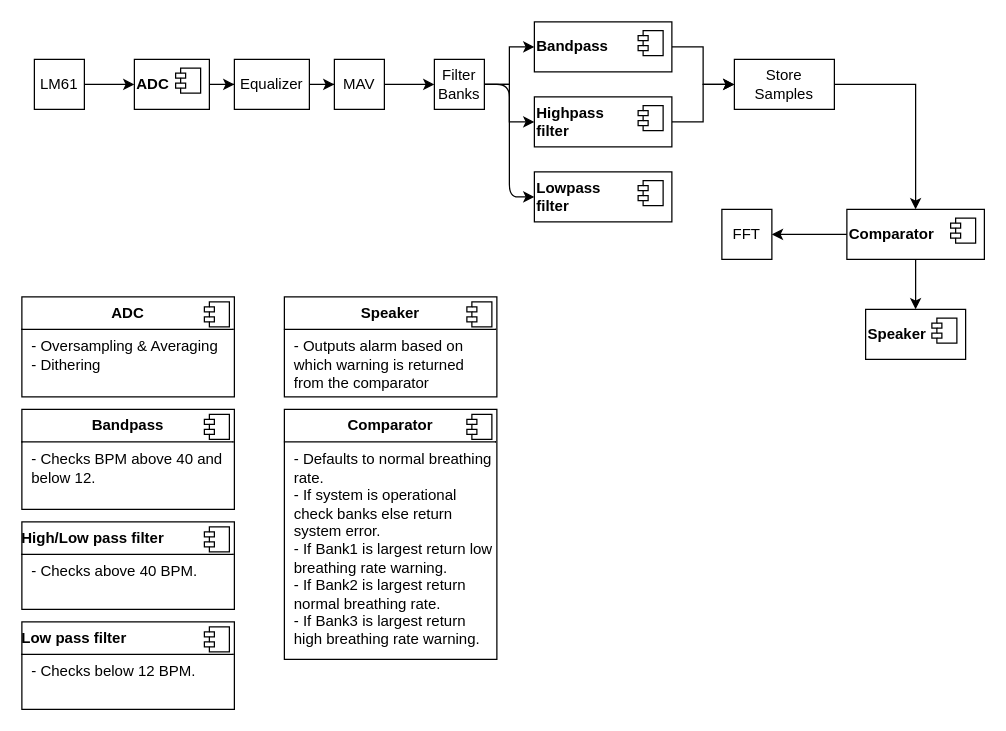
The draw.io diagram lab10 Breathing Rate Monitor/docs/BreathRateMonitorDiagram.drawio in DiegoLHendrix/DSP, before the edit. Source tidied: cells renumbered, new cells numbered last; positions are measured from the earlier drawing's top-left corner, leaving out a move shared by most shapes. Both pictures are drawn from the tidied source at 125%, with x=0, y=0 at pixel (21, 21).
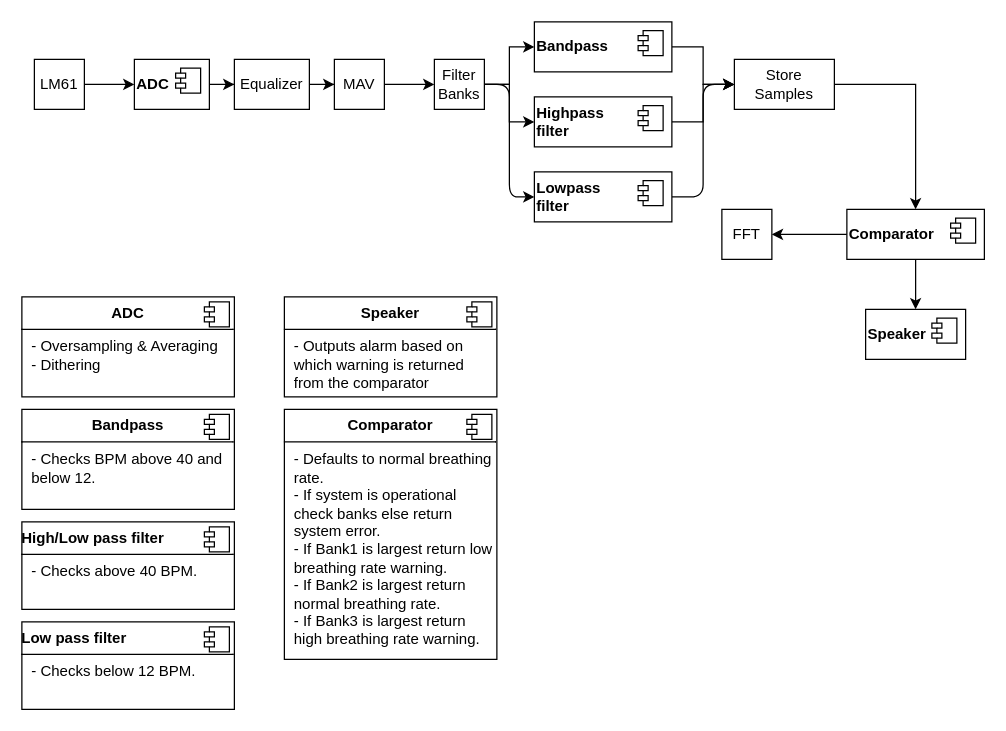
The same page after the edit.

Commit message:
Updated diagram again bc I was silly

The change refers to these unchanged cells:
```xml
<mxCell id="28" value="Store Samples" style="html=1;whiteSpace=wrap;" parent="1" vertex="1">
  <mxGeometry x="570" y="30" width="80" height="40" as="geometry" />
</mxCell>
<mxCell id="40" value="&lt;font&gt;&lt;b style=&quot;background-color: transparent;&quot;&gt;Low&lt;/b&gt;&lt;/font&gt;&lt;b style=&quot;background-color: transparent;&quot;&gt;pass&lt;/b&gt;&lt;div&gt;&lt;b style=&quot;background-color: transparent;&quot;&gt;filter&lt;/b&gt;&lt;/div&gt;" style="html=1;whiteSpace=wrap;align=left;" parent="1" vertex="1">
  <mxGeometry x="410" y="120" width="110" height="40" as="geometry" />
</mxCell>
```

What changed in the source:
```diff
@@
+    <mxCell id="44" style="edgeStyle=orthogonalEdgeStyle;html=1;entryX=0;entryY=0.5;entryDx=0;entryDy=0;" parent="1" edge="1" source="40" target="28">
+      <mxGeometry relative="1" as="geometry" />
+    </mxCell>
```
